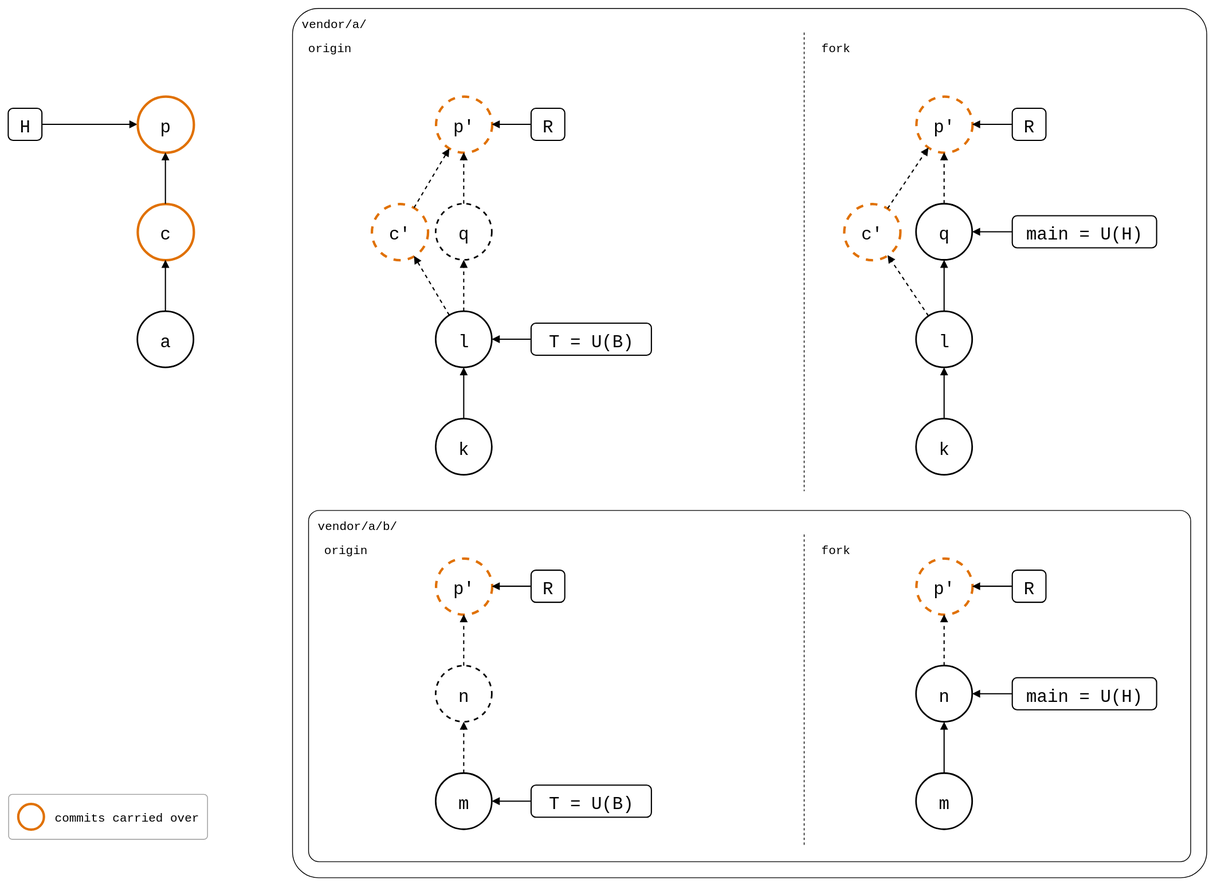
The draw.io diagram docs/09-scenarios/05-nested-splices/01-nested-splices/01-outer-fork/same-name-below-pulled.drawio.svg in roschaefer/git-splice, before a commit. Source tidied: cells renumbered, new cells last; positions are measured from the earlier drawing's top-left corner, leaving out a move shared by most shapes.
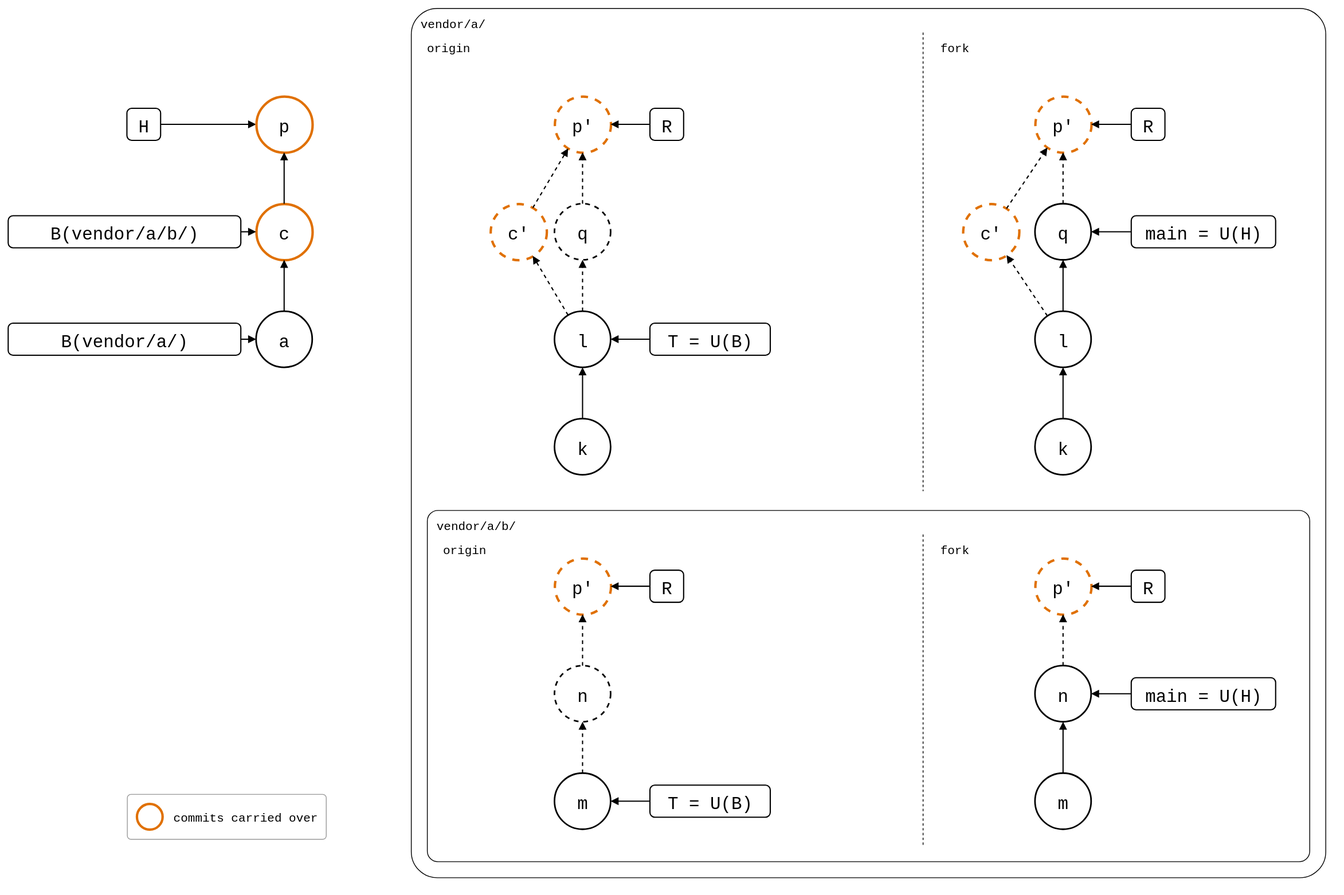
The same diagram one commit later.

What changed in the source:
```diff
@@ -194,5 +194,17 @@
     <mxCell id="65" value="commits carried over" style="text;align=left;verticalAlign=middle;fontSize=15;fontFamily=Roboto Mono,monospace;" parent="63" vertex="1">
       <mxGeometry x="56" y="12" width="180" height="32" as="geometry" />
     </mxCell>
+    <mxCell id="66" value="B(vendor/a/)" style="rounded=1;strokeWidth=1.5;fontSize=22;fontFamily=Roboto Mono,monospace;" parent="1" vertex="1">
+      <mxGeometry x="-148" y="393" width="290" height="40" as="geometry" />
+    </mxCell>
+    <mxCell id="67" style="endArrow=block;endFill=1;strokeWidth=1.5;" parent="1" edge="1" source="66" target="11">
+      <mxGeometry relative="1" as="geometry" />
+    </mxCell>
+    <mxCell id="68" value="B(vendor/a/b/)" style="rounded=1;strokeWidth=1.5;fontSize=22;fontFamily=Roboto Mono,monospace;" parent="1" vertex="1">
+      <mxGeometry x="-148" y="259" width="290" height="40" as="geometry" />
+    </mxCell>
+    <mxCell id="69" style="endArrow=block;endFill=1;strokeWidth=1.5;" parent="1" edge="1" source="68" target="10">
+      <mxGeometry relative="1" as="geometry" />
+    </mxCell>
   </root>
 </mxGraphModel>
```
